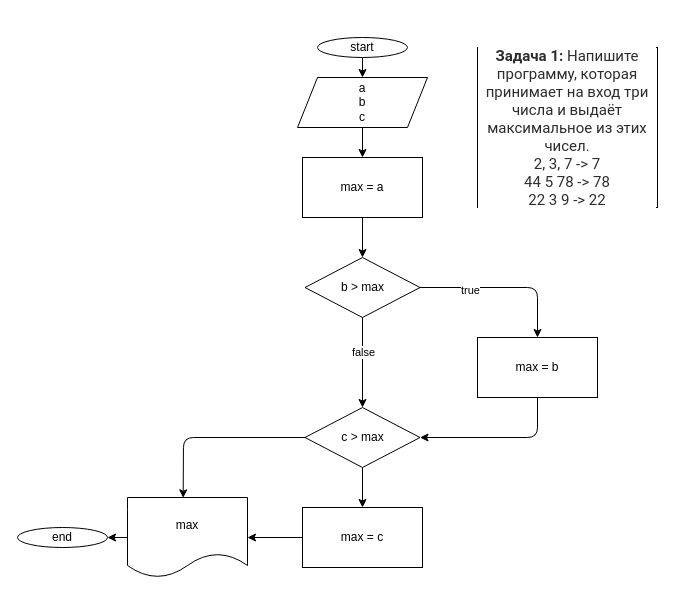
Before: Task_1/Algor.drawio in AlexKleimon/CSharp_HomeWork, a draw.io diagram. Source tidied: cells renumbered, new cells numbered last; positions are measured from the earlier drawing's top-left corner, leaving out a move shared by most shapes. Both pictures are drawn from the tidied source at 100%, with x=0, y=0 at pixel (17, 37).
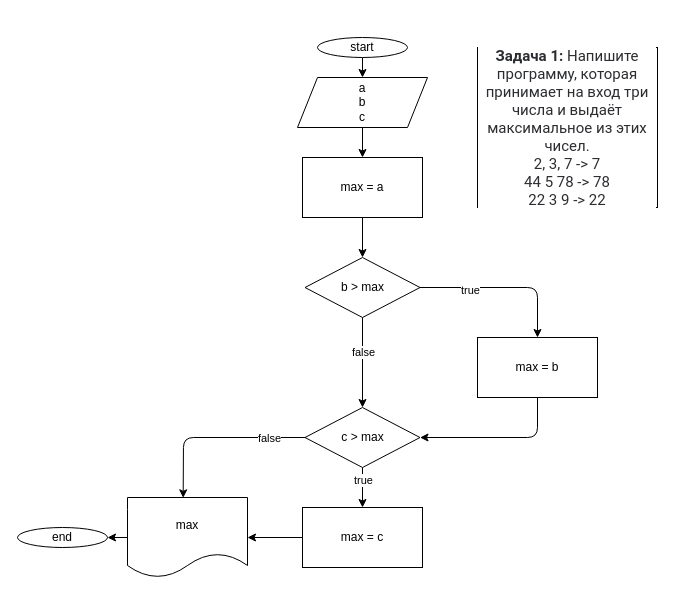
The same diagram, later.

Commit message (it also covers changes not shown here):
Added corrections to files:Task_1/Algor.drawio and Task_2/Algori.drawio. Added algorithm task 3

The change refers to these unchanged cells:
```xml
<mxCell id="15" style="edgeStyle=none;html=1;exitX=0.5;exitY=1;exitDx=0;exitDy=0;entryX=0.5;entryY=0;entryDx=0;entryDy=0;" parent="1" edge="1" source="17" target="20">
  <mxGeometry relative="1" as="geometry" />
</mxCell>
<mxCell id="16" style="edgeStyle=none;html=1;exitX=0;exitY=0.5;exitDx=0;exitDy=0;entryX=0.464;entryY=0.004;entryDx=0;entryDy=0;entryPerimeter=0;" parent="1" edge="1" source="17" target="22">
  <mxGeometry relative="1" as="geometry">
    <Array as="points">
      <mxPoint x="166" y="400" />
    </Array>
  </mxGeometry>
</mxCell>
```

The edit, as a diff of the source:
```diff
@@
+    <mxCell id="24" value="true" style="edgeLabel;html=1;align=center;verticalAlign=middle;" parent="15" vertex="1">
+      <mxGeometry x="-0.41" relative="1" as="geometry" />
+    </mxCell>
@@
+    <mxCell id="25" value="false" style="edgeLabel;html=1;align=center;verticalAlign=middle;" parent="16" vertex="1">
+      <mxGeometry x="-0.6" relative="1" as="geometry" />
+    </mxCell>
```
